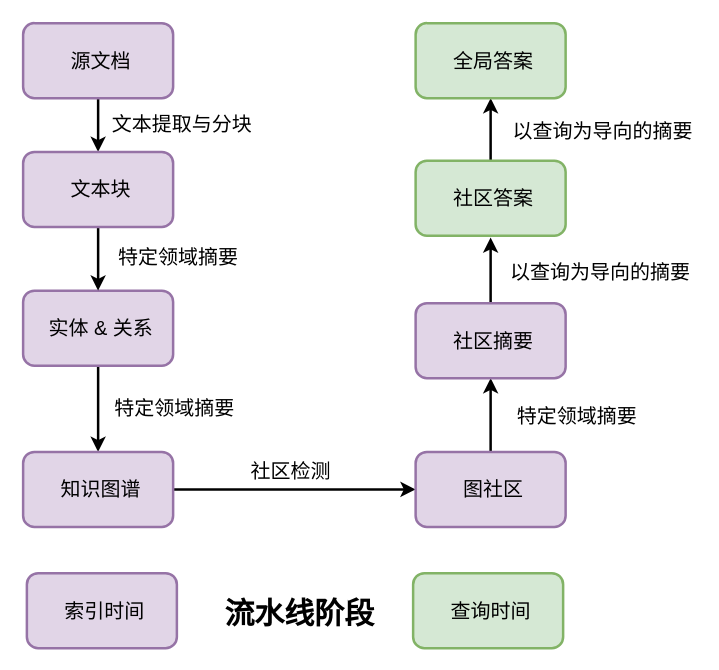
Before: diagrams/graphrag_pipeline.drawio in real-jiakai/draw, a draw.io diagram. Source tidied: cells renumbered, new cells numbered last; positions are measured from the earlier drawing's top-left corner, leaving out a move shared by most shapes. Both pictures are drawn from the tidied source at 125%, with x=0, y=0 at pixel (22, 22).
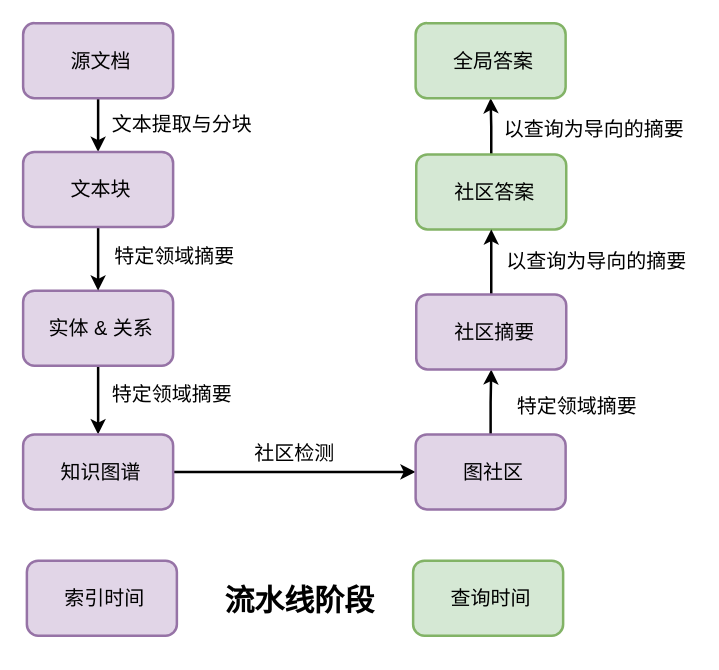
The same diagram, later.

What changed in the source:
```diff
@@
-    <mxCell id="11" style="edgeStyle=orthogonalEdgeStyle;rounded=0;jettySize=auto;html=1;exitX=1;exitY=0.5;exitDx=0;exitDy=0;entryX=0;entryY=0.5;entryDx=0;entryDy=0;strokeWidth=2;" parent="1" edge="1" source="12" target="32">
+    <mxCell id="11" style="edgeStyle=orthogonalEdgeStyle;rounded=0;jettySize=auto;html=1;exitX=1;exitY=0.5;exitDx=0;exitDy=0;strokeWidth=2;" parent="1" edge="1" source="12" target="32">
       <mxGeometry relative="1" as="geometry" />
     </mxCell>
     <mxCell id="12" style="rounded=1;whiteSpace=wrap;html=1;fillColor=#e1d5e7;strokeColor=#9673a6;strokeWidth=2;" parent="1" vertex="1">
-      <mxGeometry y="343" width="120" height="60" as="geometry" />
+      <mxGeometry y="329" width="120" height="60" as="geometry" />
     </mxCell>
     <mxCell id="13" value="&lt;span style=&quot;font-size: 16px;&quot;&gt;知识图谱&lt;/span&gt;" style="text;html=1;align=center;verticalAlign=middle;whiteSpace=wrap;rounded=0;" parent="1" vertex="1">
-      <mxGeometry x="17" y="358" width="91" height="30" as="geometry" />
+      <mxGeometry x="17" y="344" width="91" height="30" as="geometry" />
     </mxCell>
@@
     <mxCell id="15" style="rounded=1;whiteSpace=wrap;html=1;fillColor=#d5e8d4;strokeColor=#82b366;strokeWidth=2;" parent="1" vertex="1">
-      <mxGeometry x="314" y="110" width="120" height="60" as="geometry" />
+      <mxGeometry x="314.5" y="105" width="120" height="60" as="geometry" />
     </mxCell>
     <mxCell id="16" value="&lt;span style=&quot;font-size: 16px;&quot;&gt;社区答案&lt;/span&gt;" style="text;html=1;align=center;verticalAlign=middle;whiteSpace=wrap;rounded=0;" parent="1" vertex="1">
-      <mxGeometry x="331" y="125" width="91" height="30" as="geometry" />
+      <mxGeometry x="331.5" y="120" width="91" height="30" as="geometry" />
     </mxCell>
@@
     <mxCell id="20" value="&lt;p dir=&quot;auto&quot;&gt;&lt;font style=&quot;font-size: 16px;&quot;&gt;特定领域摘要&lt;/font&gt;&lt;/p&gt;" style="text;html=1;align=center;verticalAlign=middle;whiteSpace=wrap;rounded=0;" parent="1" vertex="1">
-      <mxGeometry x="64" y="172" width="121" height="30" as="geometry" />
+      <mxGeometry x="61" y="171" width="121" height="30" as="geometry" />
     </mxCell>
     <mxCell id="21" value="&lt;p dir=&quot;auto&quot;&gt;&lt;font style=&quot;font-size: 16px;&quot;&gt;社区检测&lt;/font&gt;&lt;/p&gt;" style="text;html=1;align=center;verticalAlign=middle;whiteSpace=wrap;rounded=0;" parent="1" vertex="1">
-      <mxGeometry x="154" y="343" width="121" height="30" as="geometry" />
+      <mxGeometry x="157" y="329" width="121" height="30" as="geometry" />
     </mxCell>
     <mxCell id="22" value="&lt;p dir=&quot;auto&quot;&gt;&lt;font style=&quot;font-size: 16px;&quot;&gt;特定领域摘要&lt;/font&gt;&lt;/p&gt;" style="text;html=1;align=center;verticalAlign=middle;whiteSpace=wrap;rounded=0;" parent="1" vertex="1">
-      <mxGeometry x="61" y="293" width="121" height="30" as="geometry" />
+      <mxGeometry x="59" y="282" width="121" height="30" as="geometry" />
     </mxCell>
     <mxCell id="23" value="&lt;p dir=&quot;auto&quot;&gt;&lt;font style=&quot;font-size: 16px;&quot;&gt;特定领域摘要&lt;/font&gt;&lt;/p&gt;" style="text;html=1;align=center;verticalAlign=middle;whiteSpace=wrap;rounded=0;" parent="1" vertex="1">
-      <mxGeometry x="383" y="299" width="121" height="30" as="geometry" />
+      <mxGeometry x="383" y="291" width="121" height="30" as="geometry" />
     </mxCell>
     <mxCell id="24" value="&lt;p dir=&quot;auto&quot;&gt;&lt;font style=&quot;font-size: 16px;&quot;&gt;以查询为导向的摘要&lt;/font&gt;&lt;/p&gt;" style="text;html=1;align=center;verticalAlign=middle;whiteSpace=wrap;rounded=0;" parent="1" vertex="1">
-      <mxGeometry x="386" y="184" width="152" height="30" as="geometry" />
+      <mxGeometry x="383" y="175" width="152" height="30" as="geometry" />
     </mxCell>
     <mxCell id="25" value="&lt;p dir=&quot;auto&quot;&gt;&lt;font style=&quot;font-size: 16px;&quot;&gt;以查询为导向的摘要&lt;/font&gt;&lt;/p&gt;" style="text;html=1;align=center;verticalAlign=middle;whiteSpace=wrap;rounded=0;" parent="1" vertex="1">
-      <mxGeometry x="388" y="71" width="152" height="30" as="geometry" />
+      <mxGeometry x="381" y="70" width="152" height="30" as="geometry" />
     </mxCell>
     <mxCell id="26" style="rounded=1;whiteSpace=wrap;html=1;fillColor=#e1d5e7;strokeColor=#9673a6;strokeWidth=2;" parent="1" vertex="1">
-      <mxGeometry x="3" y="440" width="120" height="60" as="geometry" />
+      <mxGeometry x="3" y="430" width="120" height="60" as="geometry" />
     </mxCell>
     <mxCell id="27" value="&lt;span style=&quot;font-size: 16px;&quot;&gt;索引时间&lt;/span&gt;" style="text;html=1;align=center;verticalAlign=middle;whiteSpace=wrap;rounded=0;" parent="1" vertex="1">
-      <mxGeometry x="20" y="455" width="91" height="30" as="geometry" />
+      <mxGeometry x="20" y="445" width="91" height="30" as="geometry" />
     </mxCell>
     <mxCell id="28" value="&lt;b&gt;&lt;font style=&quot;font-size: 24px;&quot;&gt;流水线阶段&lt;/font&gt;&lt;/b&gt;" style="text;html=1;align=center;verticalAlign=middle;whiteSpace=wrap;rounded=0;" parent="1" vertex="1">
-      <mxGeometry x="146" y="458" width="151" height="30" as="geometry" />
+      <mxGeometry x="146" y="448" width="151" height="30" as="geometry" />
     </mxCell>
     <mxCell id="29" style="rounded=1;whiteSpace=wrap;html=1;fillColor=#d5e8d4;strokeColor=#82b366;strokeWidth=2;" parent="1" vertex="1">
-      <mxGeometry x="312" y="440" width="120" height="60" as="geometry" />
+      <mxGeometry x="312" y="430" width="120" height="60" as="geometry" />
     </mxCell>
     <mxCell id="30" value="&lt;span style=&quot;font-size: 16px;&quot;&gt;查询时间&lt;/span&gt;" style="text;html=1;align=center;verticalAlign=middle;whiteSpace=wrap;rounded=0;" parent="1" vertex="1">
-      <mxGeometry x="329" y="455" width="91" height="30" as="geometry" />
+      <mxGeometry x="329" y="445" width="91" height="30" as="geometry" />
     </mxCell>
@@
     <mxCell id="32" style="rounded=1;whiteSpace=wrap;html=1;fillColor=#e1d5e7;strokeColor=#9673a6;strokeWidth=2;" parent="1" vertex="1">
-      <mxGeometry x="314" y="343" width="120" height="60" as="geometry" />
+      <mxGeometry x="314" y="329" width="120" height="60" as="geometry" />
     </mxCell>
     <mxCell id="33" value="&lt;span style=&quot;font-size: 16px;&quot;&gt;图社区&lt;/span&gt;" style="text;html=1;align=center;verticalAlign=middle;whiteSpace=wrap;rounded=0;" parent="1" vertex="1">
-      <mxGeometry x="331" y="358" width="91" height="30" as="geometry" />
+      <mxGeometry x="331" y="344" width="91" height="30" as="geometry" />
     </mxCell>
-    <mxCell id="34" style="edgeStyle=orthogonalEdgeStyle;rounded=0;jettySize=auto;html=1;exitX=0.5;exitY=0;exitDx=0;exitDy=0;strokeWidth=2;" parent="1" edge="1" source="35">
-      <mxGeometry relative="1" as="geometry">
-        <mxPoint x="374" y="171.5" as="targetPoint" />
-      </mxGeometry>
+    <mxCell id="34" style="edgeStyle=orthogonalEdgeStyle;rounded=0;jettySize=auto;html=1;exitX=0.5;exitY=0;exitDx=0;exitDy=0;strokeWidth=2;entryX=0.5;entryY=1;entryDx=0;entryDy=0;" parent="1" edge="1" source="35" target="15">
+      <mxGeometry relative="1" as="geometry" />
     </mxCell>
     <mxCell id="35" style="rounded=1;whiteSpace=wrap;html=1;fillColor=#e1d5e7;strokeColor=#9673a6;strokeWidth=2;" parent="1" vertex="1">
-      <mxGeometry x="314" y="224" width="120" height="60" as="geometry" />
+      <mxGeometry x="314.5" y="217" width="120" height="60" as="geometry" />
     </mxCell>
     <mxCell id="36" value="&lt;span style=&quot;font-size: 16px;&quot;&gt;社区摘要&lt;/span&gt;" style="text;html=1;align=center;verticalAlign=middle;whiteSpace=wrap;rounded=0;" parent="1" vertex="1">
-      <mxGeometry x="331" y="239" width="91" height="30" as="geometry" />
+      <mxGeometry x="331.5" y="232" width="91" height="30" as="geometry" />
     </mxCell>
```
